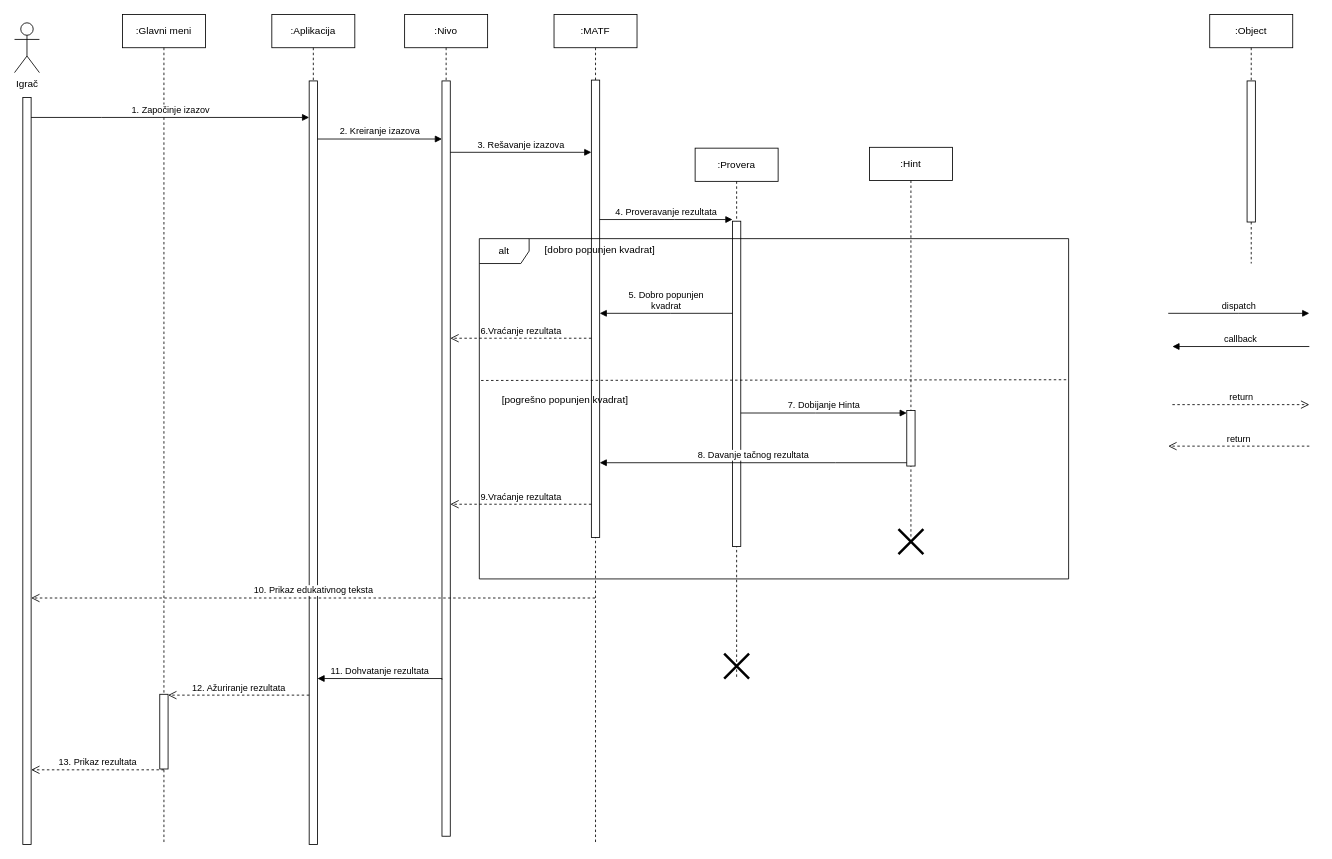
natasablagojevic/rs keeps this draw.io diagram as PROBLEMI/Untitled Diagram.drawio. Above is the earlier version. Source tidied: cells renumbered, new cells numbered last; positions are measured from the earlier drawing's top-left corner, leaving out a move shared by most shapes. Both pictures are drawn from the tidied source at 83%, with x=0, y=0 at pixel (14, 14).
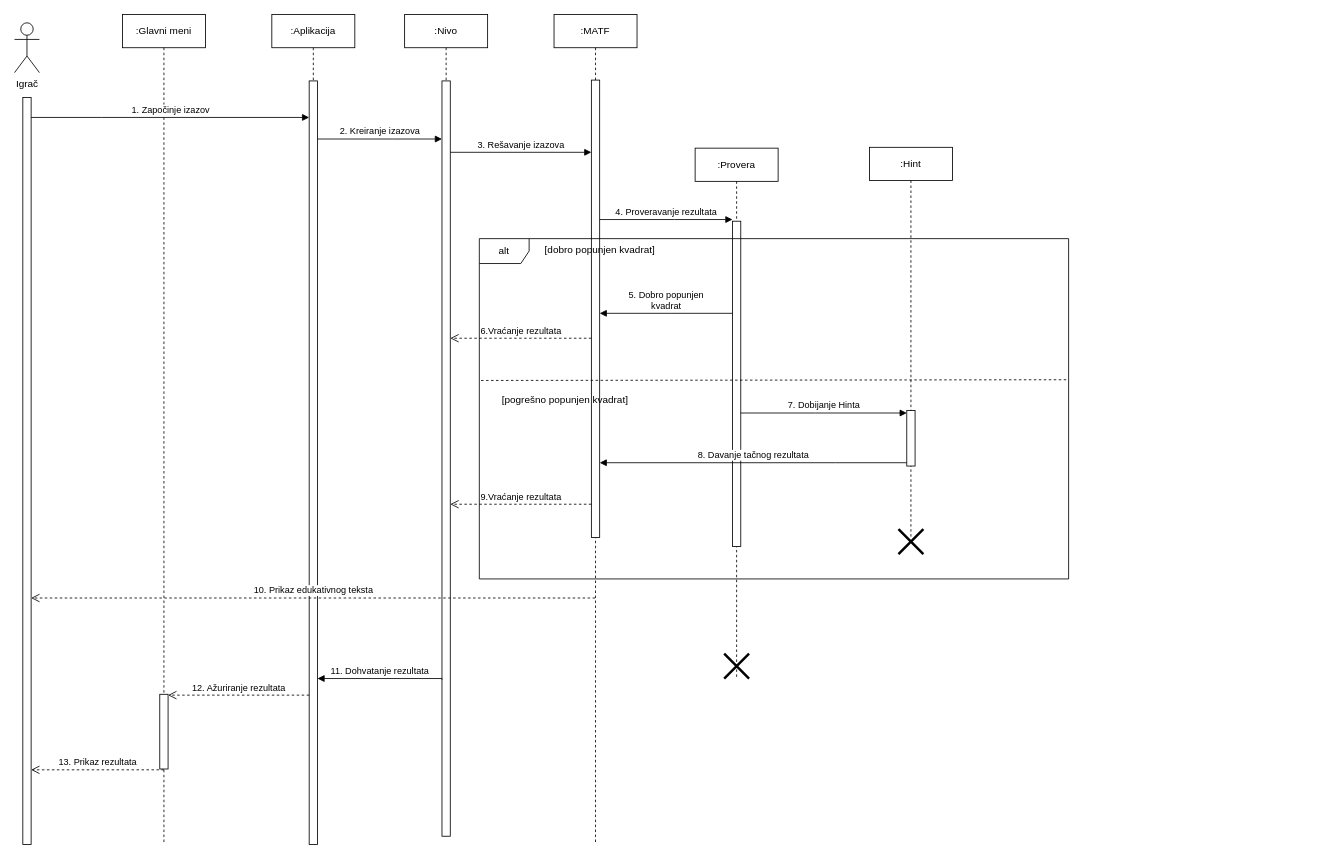
The same diagram, later.

Change to the diagram source:
```diff
@@
-    <mxCell id="2" value=":Object" style="shape=umlLifeline;perimeter=lifelinePerimeter;whiteSpace=wrap;html=1;newEdgeStyle={&quot;edgeStyle&quot;:&quot;elbowEdgeStyle&quot;,&quot;elbow&quot;:&quot;vertical&quot;,&quot;curved&quot;:0,&quot;rounded&quot;:0};" parent="1" vertex="1">
-      <mxGeometry x="1440" width="100" height="300" as="geometry" />
-    </mxCell>
-    <mxCell id="3" style="html=1;perimeter=orthogonalPerimeter;targetShapes=umlLifeline;newEdgeStyle={&quot;edgeStyle&quot;:&quot;elbowEdgeStyle&quot;,&quot;elbow&quot;:&quot;vertical&quot;,&quot;curved&quot;:0,&quot;rounded&quot;:0};" parent="2" vertex="1">
-      <mxGeometry x="45" y="80" width="10" height="170" as="geometry" />
-    </mxCell>
-    <mxCell id="4" value="dispatch" style="html=1;verticalAlign=bottom;endArrow=block;edgeStyle=elbowEdgeStyle;elbow=vertical;curved=0;rounded=0;" parent="1" edge="1">
-      <mxGeometry relative="1" as="geometry">
-        <mxPoint x="1390" y="360" as="sourcePoint" />
-        <mxPoint x="1560" y="360" as="targetPoint" />
-        <Array as="points">
-          <mxPoint x="1475" y="360" />
-        </Array>
-      </mxGeometry>
-    </mxCell>
-    <mxCell id="5" value="return" style="html=1;verticalAlign=bottom;endArrow=open;dashed=1;endSize=8;edgeStyle=elbowEdgeStyle;elbow=vertical;curved=0;rounded=0;" parent="1" edge="1">
-      <mxGeometry relative="1" as="geometry">
-        <mxPoint x="1560" y="520" as="sourcePoint" />
-        <mxPoint x="1390" y="520" as="targetPoint" />
-        <Array as="points">
-          <mxPoint x="1485" y="520" />
-        </Array>
-      </mxGeometry>
-    </mxCell>
-    <mxCell id="6" value="callback" style="html=1;verticalAlign=bottom;endArrow=block;edgeStyle=elbowEdgeStyle;elbow=vertical;curved=0;rounded=0;" parent="1" edge="1">
-      <mxGeometry relative="1" as="geometry">
-        <mxPoint x="1560" y="400" as="sourcePoint" />
-        <mxPoint x="1395" y="400" as="targetPoint" />
-        <Array as="points">
-          <mxPoint x="1485" y="400" />
-        </Array>
-      </mxGeometry>
-    </mxCell>
-    <mxCell id="7" value="return" style="html=1;verticalAlign=bottom;endArrow=open;dashed=1;endSize=8;edgeStyle=elbowEdgeStyle;elbow=vertical;curved=0;rounded=0;" parent="1" edge="1">
-      <mxGeometry relative="1" as="geometry">
-        <mxPoint x="1395" y="470" as="sourcePoint" />
-        <mxPoint x="1560" y="470" as="targetPoint" />
-        <Array as="points">
-          <mxPoint x="1475" y="470" />
-        </Array>
-      </mxGeometry>
-    </mxCell>
```
